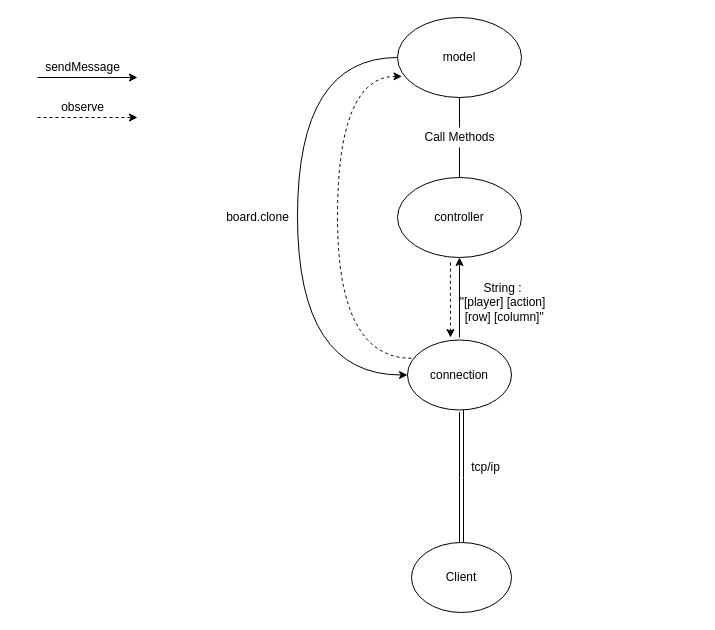
This is various/Observer Structure.drawio from riccardopaltrinieri/Santorini-desktop-game, a draw.io file, before an edit. Source tidied: cells renumbered, new cells numbered last; positions are measured from the earlier drawing's top-left corner, leaving out a move shared by most shapes. Both pictures are drawn from the tidied source at 100%, with x=0, y=0 at pixel (37, 17).
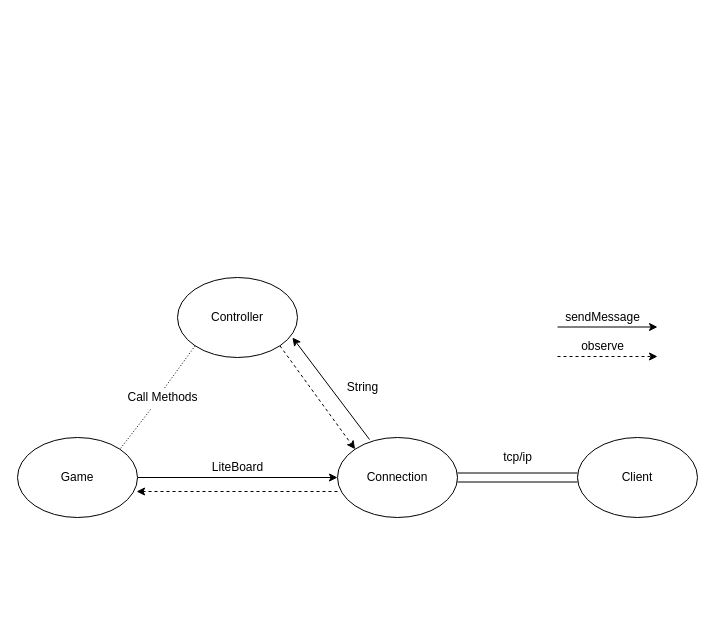
The same diagram, later.

Change to the diagram source:
```diff
@@
-    <mxCell id="2" style="edgeStyle=orthogonalEdgeStyle;curved=1;rounded=0;jettySize=auto;html=1;exitX=0;exitY=0.5;exitDx=0;exitDy=0;entryX=0;entryY=0.5;entryDx=0;entryDy=0;" parent="1" edge="1" source="3" target="12">
-      <mxGeometry relative="1" as="geometry">
-        <Array as="points">
-          <mxPoint x="260" y="40" />
-          <mxPoint x="260" y="358" />
-        </Array>
-      </mxGeometry>
-    </mxCell>
-    <mxCell id="3" value="model" style="ellipse;whiteSpace=wrap;html=1;" parent="1" vertex="1">
-      <mxGeometry x="360" width="124" height="80" as="geometry" />
-    </mxCell>
-    <mxCell id="4" value="controller" style="ellipse;whiteSpace=wrap;html=1;" parent="1" vertex="1">
-      <mxGeometry x="360" y="160" width="124" height="80" as="geometry" />
-    </mxCell>
-    <mxCell id="5" style="edgeStyle=orthogonalEdgeStyle;curved=1;rounded=0;jettySize=auto;html=1;exitX=0.427;exitY=1.063;exitDx=0;exitDy=0;dashed=1;exitPerimeter=0;" parent="1" edge="1" source="4">
-      <mxGeometry relative="1" as="geometry">
-        <mxPoint x="413" y="320" as="targetPoint" />
-      </mxGeometry>
-    </mxCell>
     <mxCell id="6" style="endArrow=classic;html=1;" parent="1" edge="1">
       <mxGeometry relative="1" as="geometry">
-        <mxPoint y="60" as="sourcePoint" />
-        <mxPoint x="100" y="60" as="targetPoint" />
+        <mxPoint x="520" y="309.5" as="sourcePoint" />
+        <mxPoint x="620" y="309.5" as="targetPoint" />
       </mxGeometry>
     </mxCell>
     <mxCell id="7" style="endArrow=classic;html=1;dashed=1;" parent="1" edge="1">
       <mxGeometry relative="1" as="geometry">
-        <mxPoint y="100" as="sourcePoint" />
-        <mxPoint x="100" y="100" as="targetPoint" />
+        <mxPoint x="520" y="339" as="sourcePoint" />
+        <mxPoint x="620" y="339" as="targetPoint" />
       </mxGeometry>
     </mxCell>
     <mxCell id="8" value="observe&lt;br&gt;" style="text;html=1;align=center;verticalAlign=middle;" parent="1" vertex="1">
-      <mxGeometry x="15" y="80" width="60" height="20" as="geometry" />
+      <mxGeometry x="535" y="319" width="60" height="20" as="geometry" />
     </mxCell>
     <mxCell id="9" value="sendMessage" style="text;html=1;align=center;verticalAlign=middle;" parent="1" vertex="1">
-      <mxGeometry y="40" width="90" height="20" as="geometry" />
+      <mxGeometry x="520" y="289.5" width="90" height="20" as="geometry" />
     </mxCell>
-    <mxCell id="10" style="edgeStyle=orthogonalEdgeStyle;curved=1;rounded=0;jettySize=auto;html=1;exitX=0.5;exitY=1;exitDx=0;exitDy=0;entryX=0.5;entryY=0;entryDx=0;entryDy=0;shape=link;strokeWidth=1;targetPerimeterSpacing=0;strokeColor=#000000;fillColor=none;" parent="1" edge="1" source="12" target="14">
-      <mxGeometry relative="1" as="geometry">
-        <Array as="points">
-          <mxPoint x="424" y="460" />
-          <mxPoint x="424" y="460" />
-        </Array>
-      </mxGeometry>
-    </mxCell>
-    <mxCell id="11" style="edgeStyle=orthogonalEdgeStyle;rounded=0;jettySize=auto;html=1;exitX=0.038;exitY=0.261;exitDx=0;exitDy=0;entryX=0.036;entryY=0.736;entryDx=0;entryDy=0;curved=1;dashed=1;exitPerimeter=0;entryPerimeter=0;" parent="1" edge="1" source="12" target="3">
-      <mxGeometry relative="1" as="geometry">
-        <Array as="points">
-          <mxPoint x="300" y="341" />
-          <mxPoint x="300" y="59" />
-        </Array>
-      </mxGeometry>
-    </mxCell>
-    <mxCell id="12" value="connection" style="ellipse;whiteSpace=wrap;html=1;" parent="1" vertex="1">
-      <mxGeometry x="370" y="322.5" width="104" height="70" as="geometry" />
-    </mxCell>
-    <mxCell id="13" value="board.clone" style="text;html=1;align=center;verticalAlign=middle;" parent="1" vertex="1">
-      <mxGeometry x="180" y="190" width="80" height="20" as="geometry" />
+    <mxCell id="13" value="LiteBoard" style="text;html=1;align=center;verticalAlign=middle;" parent="1" vertex="1">
+      <mxGeometry x="165" y="440" width="70" height="20" as="geometry" />
     </mxCell>
+    <mxCell id="15" value="tcp/ip" style="text;html=1;align=center;verticalAlign=middle;" parent="1" vertex="1">
+      <mxGeometry x="460" y="430" width="40" height="20" as="geometry" />
+    </mxCell>
+    <mxCell id="20" value="String" style="text;html=1;align=center;verticalAlign=middle;" parent="1" vertex="1">
+      <mxGeometry x="300" y="360" width="50" height="20" as="geometry" />
+    </mxCell>
+    <mxCell id="21" style="shape=filledEdge;rounded=0;fixDash=1;endArrow=none;strokeWidth=10;fillColor=#ffffff;edgeStyle=orthogonalEdgeStyle;exitX=1;exitY=0.5;exitDx=0;exitDy=0;entryX=0;entryY=0.5;entryDx=0;entryDy=0;" parent="1" edge="1" source="28" target="14">
+      <mxGeometry relative="1" as="geometry" />
+    </mxCell>
+    <mxCell id="22" style="rounded=0;jettySize=auto;html=1;entryX=1;entryY=0;entryDx=0;entryDy=0;endArrow=none;endFill=0;strokeWidth=1;exitX=0.367;exitY=1.1;exitDx=0;exitDy=0;exitPerimeter=0;dashed=1;dashPattern=1 2;" parent="1" edge="1" source="17" target="26">
+      <mxGeometry relative="1" as="geometry" />
+    </mxCell>
+    <mxCell id="23" style="edgeStyle=none;rounded=0;jettySize=auto;html=1;exitX=1;exitY=1;exitDx=0;exitDy=0;entryX=0;entryY=0;entryDx=0;entryDy=0;dashed=1;endArrow=classic;endFill=1;strokeWidth=1;" parent="1" edge="1" source="24" target="28">
+      <mxGeometry relative="1" as="geometry" />
+    </mxCell>
+    <mxCell id="24" value="Controller" style="ellipse;whiteSpace=wrap;html=1;" parent="1" vertex="1">
+      <mxGeometry x="140" y="260" width="120" height="80" as="geometry" />
+    </mxCell>
+    <mxCell id="25" style="edgeStyle=none;rounded=0;jettySize=auto;html=1;exitX=1;exitY=0.5;exitDx=0;exitDy=0;entryX=0;entryY=0.5;entryDx=0;entryDy=0;endArrow=classic;endFill=1;strokeWidth=1;" parent="1" edge="1" source="26" target="28">
+      <mxGeometry relative="1" as="geometry" />
+    </mxCell>
+    <mxCell id="26" value="Game" style="ellipse;whiteSpace=wrap;html=1;" parent="1" vertex="1">
+      <mxGeometry x="-20" y="420" width="120" height="80" as="geometry" />
+    </mxCell>
+    <mxCell id="27" style="edgeStyle=none;rounded=0;jettySize=auto;html=1;exitX=0;exitY=0.675;exitDx=0;exitDy=0;entryX=0.992;entryY=0.675;entryDx=0;entryDy=0;endArrow=classic;endFill=1;strokeWidth=1;dashed=1;exitPerimeter=0;entryPerimeter=0;" parent="1" edge="1" source="28" target="26">
+      <mxGeometry relative="1" as="geometry" />
+    </mxCell>
+    <mxCell id="28" value="Connection" style="ellipse;whiteSpace=wrap;html=1;" parent="1" vertex="1">
+      <mxGeometry x="300" y="420" width="120" height="80" as="geometry" />
+    </mxCell>
     <mxCell id="14" value="Client" style="ellipse;whiteSpace=wrap;html=1;" parent="1" vertex="1">
-      <mxGeometry x="374" y="525" width="100" height="70" as="geometry" />
+      <mxGeometry x="540" y="420" width="120" height="80" as="geometry" />
     </mxCell>
-    <mxCell id="15" value="tcp/ip" style="text;html=1;align=center;verticalAlign=middle;" parent="1" vertex="1">
-      <mxGeometry x="428" y="440" width="40" height="20" as="geometry" />
-    </mxCell>
-    <mxCell id="16" style="endArrow=none;html=1;exitX=0.5;exitY=0;exitDx=0;exitDy=0;entryX=0.5;entryY=1;entryDx=0;entryDy=0;" parent="1" edge="1" source="17" target="3">
-      <mxGeometry relative="1" as="geometry" />
-    </mxCell>
+    <mxCell id="29" style="endArrow=classic;html=1;strokeWidth=1;exitX=0.267;exitY=0.025;exitDx=0;exitDy=0;entryX=0.958;entryY=0.75;entryDx=0;entryDy=0;exitPerimeter=0;entryPerimeter=0;" parent="1" edge="1" source="28" target="24">
+      <mxGeometry relative="1" as="geometry" />
+    </mxCell>
     <mxCell id="17" value="Call Methods" style="text;html=1;align=center;verticalAlign=middle;points=[];" parent="1" vertex="1">
-      <mxGeometry x="377" y="110" width="90" height="20" as="geometry" />
+      <mxGeometry x="80" y="370" width="90" height="20" as="geometry" />
     </mxCell>
-    <mxCell id="18" style="endArrow=none;html=1;exitX=0.5;exitY=0;exitDx=0;exitDy=0;entryX=0.5;entryY=1;entryDx=0;entryDy=0;" parent="1" edge="1" source="4" target="17">
-      <mxGeometry relative="1" as="geometry" />
-    </mxCell>
-    <mxCell id="19" style="endArrow=classic;html=1;entryX=0.5;entryY=1;entryDx=0;entryDy=0;" parent="1" edge="1" target="4">
-      <mxGeometry relative="1" as="geometry">
-        <mxPoint x="422" y="320" as="sourcePoint" />
-      </mxGeometry>
-    </mxCell>
-    <mxCell id="20" value="String :&lt;br&gt;&quot;[player] [action]&lt;br&gt;&amp;nbsp;[row] [column]&quot;" style="text;html=1;align=center;verticalAlign=middle;" parent="1" vertex="1">
-      <mxGeometry x="415" y="260" width="100" height="50" as="geometry" />
-    </mxCell>
+    <mxCell id="30" style="rounded=0;jettySize=auto;html=1;exitX=0;exitY=1;exitDx=0;exitDy=0;endArrow=none;endFill=0;strokeWidth=1;entryX=0.511;entryY=0.1;entryDx=0;entryDy=0;entryPerimeter=0;dashed=1;dashPattern=1 2;" parent="1" edge="1" source="24" target="17">
+      <mxGeometry relative="1" as="geometry" />
+    </mxCell>
```
